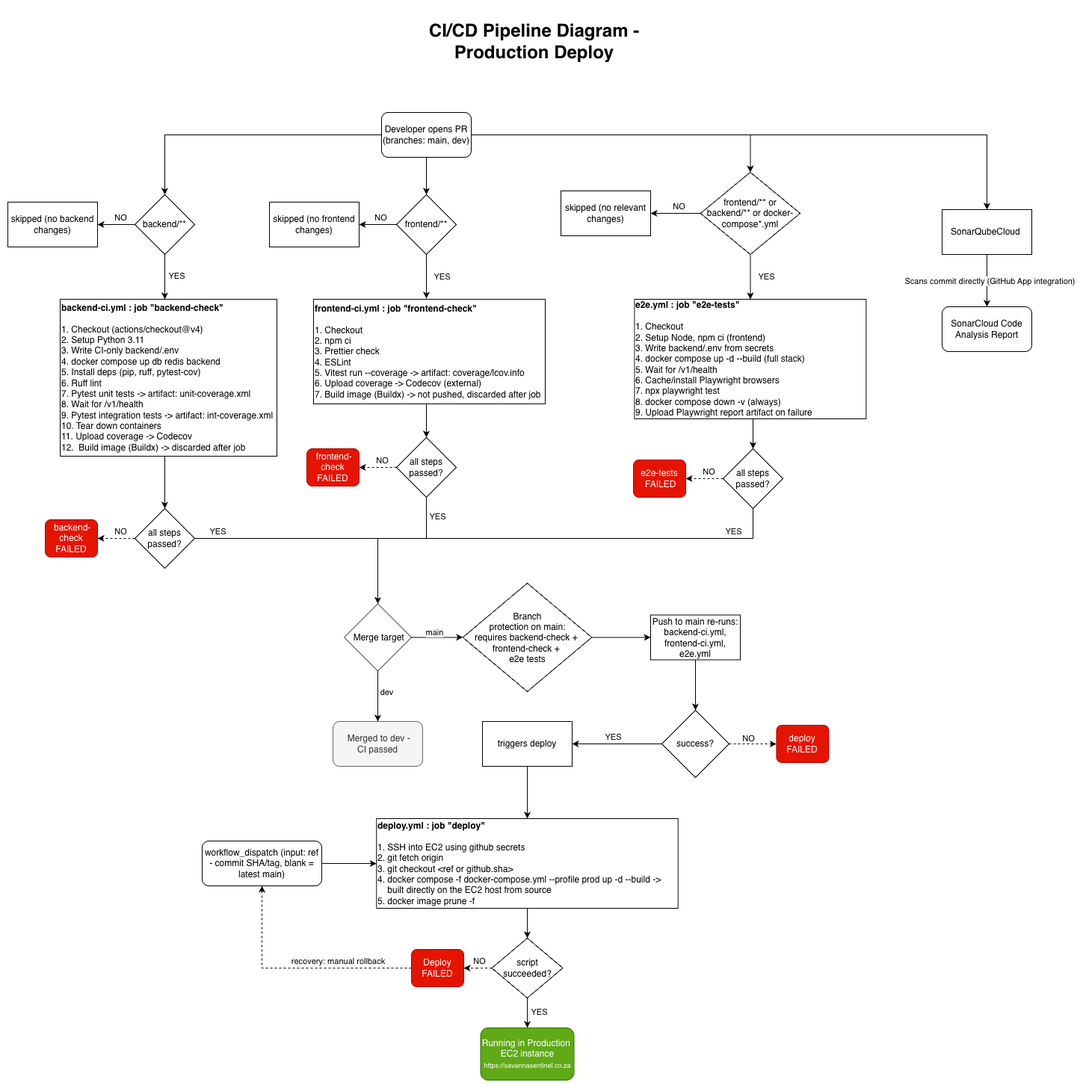
Earlier version of the draw.io export docs/demo2/DevDocs(Not-For-Review)/cicd/CICD Diagram.png (COS301-SE-2026/Savanna-Sentinel). Source tidied: cells renumbered, new cells last; positions are measured from the earlier drawing's top-left corner, leaving out a move shared by most shapes.
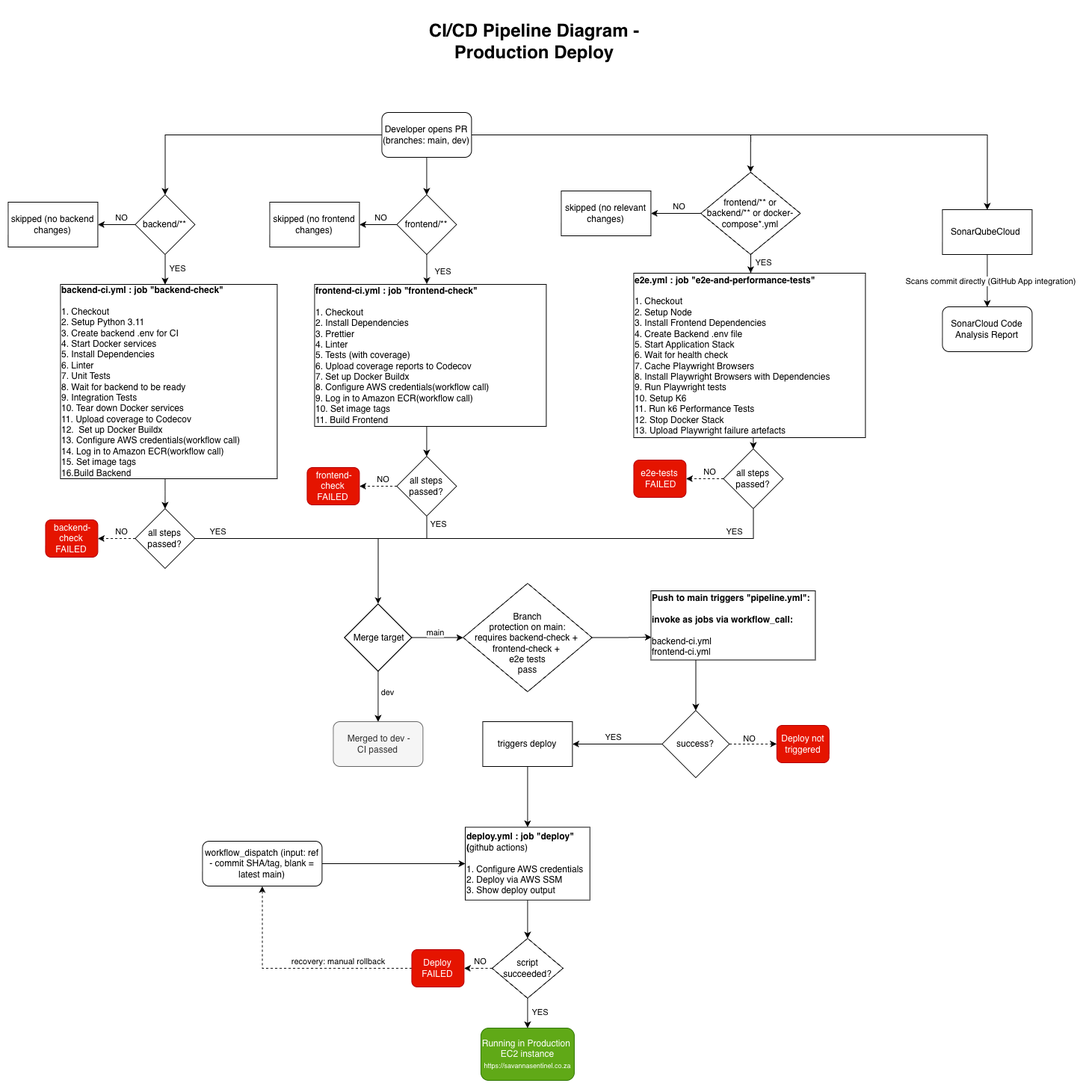
The same file after the commit.

Change to the diagram source:
```diff
@@ -59,12 +59,12 @@
         </Array>
       </mxGeometry>
     </mxCell>
-    <mxCell id="18" value="&lt;b&gt;backend-ci.yml : job &quot;backend-check&quot;&lt;/b&gt;&lt;div&gt;&lt;br&gt;&lt;/div&gt;&lt;div&gt;&lt;div&gt;1. Checkout&amp;nbsp;(actions/checkout@v4)&lt;/div&gt;&lt;div&gt;2. Setup Python 3.11&lt;/div&gt;&lt;div&gt;3. Write CI-only backend/.env&lt;/div&gt;&lt;div&gt;4. docker compose up db redis backend&lt;/div&gt;&lt;div&gt;5. Install deps (pip, ruff, pytest-cov)&lt;/div&gt;&lt;div&gt;6. Ruff lint&lt;/div&gt;&lt;div&gt;7. Pytest unit tests -&amp;gt; artifact: unit-coverage.xml&lt;/div&gt;&lt;div&gt;8. Wait for /v1/health&lt;/div&gt;&lt;div&gt;9. Pytest integration tests -&amp;gt; artifact: int-coverage.xml&lt;/div&gt;&lt;div&gt;10. Tear down containers&lt;/div&gt;&lt;div&gt;11. Upload coverage -&amp;gt; Codecov&lt;/div&gt;&lt;div style=&quot;&quot;&gt;12. &amp;nbsp;Build image (Buildx) -&amp;gt; discarded after job&lt;/div&gt;&lt;/div&gt;" style="rounded=0;whiteSpace=wrap;html=1;align=left;" parent="1" vertex="1">
-      <mxGeometry x="70" y="360" width="290" height="210" as="geometry" />
+    <mxCell id="18" value="&lt;b&gt;backend-ci.yml : job &quot;backend-check&quot;&lt;/b&gt;&lt;div&gt;&lt;br&gt;&lt;/div&gt;&lt;div&gt;&lt;div&gt;1. Checkout&amp;nbsp;&lt;/div&gt;&lt;div&gt;2. Setup Python 3.11&lt;/div&gt;&lt;div&gt;3. Create backend .env for CI&lt;/div&gt;&lt;div&gt;4. Start Docker services&lt;/div&gt;&lt;div&gt;5. Install Dependencies&lt;/div&gt;&lt;div&gt;6. Linter&lt;/div&gt;&lt;div&gt;7. Unit Tests&lt;/div&gt;&lt;div&gt;8. Wait for backend to be ready&lt;/div&gt;&lt;div&gt;9. Integration Tests&lt;/div&gt;&lt;div&gt;10. Tear down Docker services&lt;/div&gt;&lt;div&gt;11. Upload coverage to Codecov&lt;/div&gt;&lt;div style=&quot;&quot;&gt;12. &amp;nbsp;Set up Docker Buildx&lt;/div&gt;&lt;/div&gt;&lt;div style=&quot;&quot;&gt;13.&amp;nbsp;Configure AWS credentials(workflow call)&lt;/div&gt;&lt;div style=&quot;&quot;&gt;14.&amp;nbsp;Log in to Amazon ECR(workflow call)&lt;br&gt;15.&amp;nbsp;Set image tags&lt;br&gt;16.Build Backend&lt;/div&gt;" style="rounded=0;whiteSpace=wrap;html=1;align=left;" parent="1" vertex="1">
+      <mxGeometry x="70" y="340" width="290" height="260" as="geometry" />
     </mxCell>
     <mxCell id="19" style="edgeStyle=orthogonalEdgeStyle;rounded=0;jettySize=auto;html=1;" parent="1" edge="1" source="10">
       <mxGeometry relative="1" as="geometry">
-        <mxPoint x="210" y="360" as="targetPoint" />
+        <mxPoint x="210" y="340" as="targetPoint" />
         <Array as="points">
           <mxPoint x="210" y="330" />
           <mxPoint x="210" y="330" />
@@ -113,16 +113,11 @@
         </Array>
       </mxGeometry>
     </mxCell>
-    <mxCell id="29" value="&lt;b&gt;frontend-ci.yml : job &quot;frontend-check&quot;&lt;/b&gt;&lt;div&gt;&lt;br&gt;&lt;/div&gt;&lt;div&gt;&lt;div style=&quot;&quot;&gt;1. Checkout&lt;/div&gt;&lt;div style=&quot;&quot;&gt;2. npm ci&lt;/div&gt;&lt;div style=&quot;&quot;&gt;3. Prettier check&lt;/div&gt;&lt;div style=&quot;&quot;&gt;4. ESLint&lt;/div&gt;&lt;div style=&quot;&quot;&gt;5. Vitest run --coverage -&amp;gt; artifact: coverage/lcov.info&lt;/div&gt;&lt;div style=&quot;&quot;&gt;6. Upload coverage -&amp;gt; Codecov (external)&lt;/div&gt;&lt;div style=&quot;&quot;&gt;7. Build image (Buildx) -&amp;gt; not pushed, discarded after job&lt;/div&gt;&lt;/div&gt;" style="rounded=0;whiteSpace=wrap;html=1;align=left;" parent="1" vertex="1">
-      <mxGeometry x="409" y="360" width="310" height="140" as="geometry" />
+    <mxCell id="29" value="&lt;b&gt;frontend-ci.yml : job &quot;frontend-check&quot;&lt;/b&gt;&lt;div&gt;&lt;br&gt;&lt;/div&gt;&lt;div&gt;&lt;div style=&quot;&quot;&gt;1. Checkout&lt;/div&gt;&lt;div style=&quot;&quot;&gt;2.&amp;nbsp;&lt;span style=&quot;background-color: transparent;&quot;&gt;Install Dependencies&lt;/span&gt;&lt;/div&gt;&lt;div style=&quot;&quot;&gt;&lt;span style=&quot;background-color: transparent; color: light-dark(rgb(0, 0, 0), rgb(255, 255, 255));&quot;&gt;3. Prettier&lt;/span&gt;&lt;/div&gt;&lt;div style=&quot;&quot;&gt;4. Linter&lt;/div&gt;&lt;div style=&quot;&quot;&gt;5.&amp;nbsp;&lt;span style=&quot;background-color: transparent;&quot;&gt;Tests (with coverage)&lt;/span&gt;&lt;/div&gt;&lt;div style=&quot;&quot;&gt;&lt;span style=&quot;background-color: transparent; color: light-dark(rgb(0, 0, 0), rgb(255, 255, 255));&quot;&gt;6.&amp;nbsp;&lt;/span&gt;&lt;span style=&quot;background-color: transparent;&quot;&gt;Upload coverage reports to Codecov&lt;/span&gt;&lt;/div&gt;&lt;div style=&quot;&quot;&gt;7. Set up Docker Buildx&lt;/div&gt;&lt;/div&gt;&lt;div style=&quot;&quot;&gt;8.&amp;nbsp;Configure AWS credentials(workflow call)&lt;br&gt;9.&amp;nbsp;Log in to Amazon ECR(workflow call)&lt;/div&gt;&lt;div style=&quot;&quot;&gt;10.&amp;nbsp;Set image tags&lt;/div&gt;&lt;div style=&quot;&quot;&gt;11.&amp;nbsp;Build Frontend&lt;/div&gt;" style="rounded=0;whiteSpace=wrap;html=1;align=left;" parent="1" vertex="1">
+      <mxGeometry x="410" y="340" width="310" height="190" as="geometry" />
     </mxCell>
-    <mxCell id="30" style="edgeStyle=orthogonalEdgeStyle;rounded=0;jettySize=auto;html=1;" parent="1" edge="1" source="13">
-      <mxGeometry relative="1" as="geometry">
-        <mxPoint x="560" y="360" as="targetPoint" />
-        <Array as="points">
-          <mxPoint x="560" y="359" />
-        </Array>
-      </mxGeometry>
+    <mxCell id="30" style="edgeStyle=orthogonalEdgeStyle;rounded=0;jettySize=auto;html=1;entryX=0.484;entryY=-0.002;entryDx=0;entryDy=0;entryPerimeter=0;" parent="1" edge="1" source="13" target="29">
+      <mxGeometry relative="1" as="geometry" />
     </mxCell>
     <mxCell id="31" value="YES" style="edgeLabel;html=1;align=center;verticalAlign=middle;" parent="30" vertex="1">
       <mxGeometry x="-0.13" y="-1" relative="1" as="geometry">
@@ -142,14 +137,14 @@
     </mxCell>
     <mxCell id="34" value="YES" style="edgeLabel;html=1;align=center;verticalAlign=middle;" parent="33" vertex="1">
       <mxGeometry y="-2" relative="1" as="geometry">
-        <mxPoint x="64" y="-28" as="offset" />
+        <mxPoint x="77" y="-18" as="offset" />
       </mxGeometry>
     </mxCell>
     <mxCell id="35" value="all steps passed?" style="rhombus;whiteSpace=wrap;html=1;" parent="1" vertex="1">
-      <mxGeometry x="520" y="545" width="80" height="80" as="geometry" />
+      <mxGeometry x="520" y="570" width="80" height="80" as="geometry" />
     </mxCell>
     <mxCell id="36" value="&amp;nbsp;frontend-check FAILED" style="rounded=1;whiteSpace=wrap;html=1;fillColor=#e51400;strokeColor=#B20000;fontColor=#ffffff;" parent="1" vertex="1">
-      <mxGeometry x="400" y="560" width="70" height="50" as="geometry" />
+      <mxGeometry x="400" y="585" width="70" height="50" as="geometry" />
     </mxCell>
     <mxCell id="37" style="edgeStyle=orthogonalEdgeStyle;rounded=0;jettySize=auto;html=1;entryX=1;entryY=0.5;entryDx=0;entryDy=0;dashed=1;" parent="1" edge="1" source="35" target="36">
       <mxGeometry relative="1" as="geometry" />
@@ -162,10 +157,10 @@
     <mxCell id="39" value="SonarCloud Code Analysis Report" style="rounded=1;whiteSpace=wrap;html=1;" parent="1" vertex="1">
       <mxGeometry x="1250" y="370" width="120" height="60" as="geometry" />
     </mxCell>
-    <mxCell id="40" style="edgeStyle=orthogonalEdgeStyle;rounded=0;jettySize=auto;html=1;" parent="1" edge="1" source="41" target="78">
+    <mxCell id="40" style="edgeStyle=orthogonalEdgeStyle;rounded=0;jettySize=auto;html=1;entryX=0.004;entryY=0.67;entryDx=0;entryDy=0;entryPerimeter=0;" parent="1" edge="1" source="41" target="78">
       <mxGeometry relative="1" as="geometry" />
     </mxCell>
-    <mxCell id="41" value="Branch&lt;div&gt;&amp;nbsp;protection on main:&amp;nbsp;&lt;div&gt;requires backend-check&amp;nbsp;&lt;span style=&quot;background-color: transparent; color: light-dark(rgb(0, 0, 0), rgb(255, 255, 255));&quot;&gt;+&amp;nbsp;&lt;/span&gt;&lt;/div&gt;&lt;div&gt;frontend-check +&amp;nbsp;&lt;/div&gt;&lt;div&gt;e2e tests&lt;/div&gt;&lt;/div&gt;" style="rhombus;whiteSpace=wrap;html=1;" parent="1" vertex="1">
+    <mxCell id="41" value="&lt;div&gt;&lt;br&gt;&lt;/div&gt;Branch&lt;div&gt;&amp;nbsp;protection on main:&amp;nbsp;&lt;div&gt;requires backend-check&amp;nbsp;&lt;span style=&quot;background-color: transparent; color: light-dark(rgb(0, 0, 0), rgb(255, 255, 255));&quot;&gt;+&amp;nbsp;&lt;/span&gt;&lt;/div&gt;&lt;div&gt;frontend-check +&amp;nbsp;&lt;/div&gt;&lt;div&gt;e2e tests&lt;/div&gt;&lt;/div&gt;&lt;div&gt;pass&lt;/div&gt;" style="rhombus;whiteSpace=wrap;html=1;" parent="1" vertex="1">
       <mxGeometry x="608.8" y="740" width="172.5" height="145" as="geometry" />
     </mxCell>
     <mxCell id="42" style="edgeStyle=orthogonalEdgeStyle;rounded=0;jettySize=auto;html=1;" parent="1" edge="1" source="43" target="51">
@@ -199,8 +194,8 @@
     <mxCell id="50" style="edgeStyle=orthogonalEdgeStyle;rounded=0;jettySize=auto;html=1;entryX=0.5;entryY=0;entryDx=0;entryDy=0;" parent="1" edge="1" source="51" target="54">
       <mxGeometry relative="1" as="geometry" />
     </mxCell>
-    <mxCell id="51" value="&lt;b&gt;deploy.yml : job &quot;deploy&quot;&lt;/b&gt;&lt;div&gt;&lt;b&gt;&lt;br&gt;&lt;/b&gt;&lt;div&gt;&lt;div&gt;1. SSH into EC2 using github secrets&amp;nbsp;&lt;/div&gt;&lt;div&gt;2. git fetch origin&lt;/div&gt;&lt;div&gt;3. git checkout &amp;lt;ref or github.sha&amp;gt;&lt;/div&gt;&lt;div&gt;4. docker compose -f docker-compose.yml --profile prod up -d --build -&amp;gt;&lt;span style=&quot;background-color: transparent; color: light-dark(rgb(0, 0, 0), rgb(255, 255, 255));&quot;&gt;&amp;nbsp; &amp;nbsp; &amp;nbsp; &amp;nbsp; &amp;nbsp; built directly on the EC2 host from source&lt;/span&gt;&lt;/div&gt;&lt;div&gt;5. docker image prune -f&lt;/div&gt;&lt;/div&gt;&lt;/div&gt;" style="rounded=0;whiteSpace=wrap;html=1;align=left;" parent="1" vertex="1">
-      <mxGeometry x="493.2" y="1055" width="403.5" height="120" as="geometry" />
+    <mxCell id="51" value="&lt;b&gt;deploy.yml : job &quot;deploy&quot;&lt;/b&gt;&lt;div&gt;&lt;b&gt;(&lt;/b&gt;github actions)&lt;br&gt;&lt;div&gt;&lt;b&gt;&lt;br&gt;&lt;/b&gt;&lt;div&gt;&lt;div&gt;1. Configure AWS credentials&lt;/div&gt;&lt;div&gt;2. Deploy via AWS SSM&lt;/div&gt;&lt;div&gt;3. Show deploy output&lt;/div&gt;&lt;/div&gt;&lt;/div&gt;&lt;/div&gt;" style="rounded=0;whiteSpace=wrap;html=1;align=left;" parent="1" vertex="1">
+      <mxGeometry x="611.6" y="1066.2" width="166.8" height="97.5" as="geometry" />
     </mxCell>
     <mxCell id="52" style="edgeStyle=orthogonalEdgeStyle;rounded=0;jettySize=auto;html=1;entryX=0.5;entryY=0;entryDx=0;entryDy=0;" parent="1" edge="1" source="54" target="60">
       <mxGeometry relative="1" as="geometry" />
@@ -260,20 +255,20 @@
         </Array>
       </mxGeometry>
     </mxCell>
-    <mxCell id="67" value="&lt;div&gt;&lt;b&gt;e2e.yml : job &quot;e2e-tests&quot;&lt;/b&gt;&lt;/div&gt;&lt;div&gt;&lt;b&gt;&lt;br&gt;&lt;/b&gt;&lt;/div&gt;&lt;div&gt;&lt;div style=&quot;&quot;&gt;&lt;div&gt;1. Checkout&lt;/div&gt;&lt;div&gt;2. Setup Node, npm ci (frontend)&lt;/div&gt;&lt;div&gt;3. Write backend/.env from secrets&lt;/div&gt;&lt;div&gt;4. docker compose up -d --build (full stack)&lt;/div&gt;&lt;div&gt;5. Wait for /v1/health&lt;/div&gt;&lt;div&gt;6. Cache/install Playwright browsers&lt;/div&gt;&lt;div&gt;7. npx playwright test&lt;/div&gt;&lt;div&gt;8. docker compose down -v (always)&lt;/div&gt;&lt;div&gt;9. Upload Playwright report artifact on failure&lt;/div&gt;&lt;/div&gt;&lt;/div&gt;" style="rounded=0;whiteSpace=wrap;html=1;align=left;" parent="1" vertex="1">
-      <mxGeometry x="838.4" y="360" width="310" height="160" as="geometry" />
+    <mxCell id="67" value="&lt;div&gt;&lt;b&gt;e2e.yml : job &quot;e2e-and-performance-tests&quot;&lt;/b&gt;&lt;/div&gt;&lt;div&gt;&lt;b&gt;&lt;br&gt;&lt;/b&gt;&lt;/div&gt;&lt;div&gt;&lt;div style=&quot;&quot;&gt;&lt;div&gt;1. Checkout&lt;/div&gt;&lt;div&gt;2. Setup Node&lt;br&gt;3. Install Frontend Dependencies&lt;/div&gt;&lt;div&gt;4. Create Backend .env file&lt;/div&gt;&lt;div&gt;5. Start Application Stack&lt;/div&gt;&lt;div&gt;6. Wait for health check&lt;/div&gt;&lt;div&gt;7. Cache Playwright Browsers&lt;br&gt;8.&amp;nbsp;Install Playwright Browsers with Dependencies&lt;/div&gt;&lt;div&gt;9. Run Playwright tests&lt;br&gt;10.&amp;nbsp;Setup K6&lt;br&gt;11.&amp;nbsp;Run k6 Performance Tests&lt;br&gt;12.&amp;nbsp;Stop Docker Stack&lt;br&gt;13.&amp;nbsp;Upload Playwright failure artefacts&lt;/div&gt;&lt;/div&gt;&lt;/div&gt;" style="rounded=0;whiteSpace=wrap;html=1;align=left;" parent="1" vertex="1">
+      <mxGeometry x="837" y="325" width="310" height="220" as="geometry" />
     </mxCell>
-    <mxCell id="68" style="edgeStyle=orthogonalEdgeStyle;rounded=0;jettySize=auto;html=1;entryX=0.5;entryY=0;entryDx=0;entryDy=0;" parent="1" edge="1" source="65" target="67">
+    <mxCell id="68" style="edgeStyle=orthogonalEdgeStyle;rounded=0;jettySize=auto;html=1;entryX=0.505;entryY=-0.001;entryDx=0;entryDy=0;entryPerimeter=0;" parent="1" edge="1" source="65" target="67">
       <mxGeometry relative="1" as="geometry">
         <Array as="points">
-          <mxPoint x="993.4" y="350" />
-          <mxPoint x="993.4" y="350" />
+          <mxPoint x="993.5" y="320" />
+          <mxPoint x="993.5" y="320" />
         </Array>
       </mxGeometry>
     </mxCell>
     <mxCell id="69" value="YES" style="edgeLabel;html=1;align=center;verticalAlign=middle;" parent="68" vertex="1">
       <mxGeometry x="-0.13" y="-1" relative="1" as="geometry">
-        <mxPoint x="21" y="4" as="offset" />
+        <mxPoint x="17" as="offset" />
       </mxGeometry>
     </mxCell>
     <mxCell id="70" value="skipped (no relevant changes)" style="rounded=0;whiteSpace=wrap;html=1;" parent="1" vertex="1">
@@ -307,10 +302,15 @@
       </mxGeometry>
     </mxCell>
     <mxCell id="77" style="edgeStyle=orthogonalEdgeStyle;rounded=0;jettySize=auto;html=1;entryX=0.5;entryY=0;entryDx=0;entryDy=0;" parent="1" edge="1" source="78" target="81">
-      <mxGeometry relative="1" as="geometry" />
+      <mxGeometry relative="1" as="geometry">
+        <Array as="points">
+          <mxPoint x="920" y="860" />
+          <mxPoint x="920" y="860" />
+        </Array>
+      </mxGeometry>
     </mxCell>
-    <mxCell id="78" value="Push to main re-runs: backend-ci.yml, frontend-ci.yml, e2e.yml" style="rounded=0;whiteSpace=wrap;html=1;" parent="1" vertex="1">
-      <mxGeometry x="860" y="782.5" width="120" height="60" as="geometry" />
+    <mxCell id="78" value="&lt;b&gt;Push to main triggers &quot;pipeline.yml&quot;:&lt;/b&gt;&lt;div&gt;&lt;b&gt;&lt;br&gt;&lt;/b&gt;&lt;/div&gt;&lt;div&gt;&lt;b&gt;invoke as jobs via&amp;nbsp;&lt;/b&gt;&lt;span style=&quot;background-color: transparent;&quot;&gt;&lt;b&gt;workflow_call:&lt;/b&gt;&lt;/span&gt;&lt;/div&gt;&lt;div&gt;&lt;span style=&quot;background-color: transparent;&quot;&gt;&lt;b&gt;&lt;br&gt;&lt;/b&gt;&lt;/span&gt;&lt;/div&gt;&lt;div&gt;backend-ci.yml&amp;nbsp;&lt;/div&gt;&lt;div&gt;frontend-ci.yml&lt;/div&gt;" style="rounded=0;whiteSpace=wrap;html=1;align=left;" parent="1" vertex="1">
+      <mxGeometry x="860" y="750" width="220" height="92.5" as="geometry" />
     </mxCell>
     <mxCell id="79" style="edgeStyle=orthogonalEdgeStyle;rounded=0;jettySize=auto;html=1;entryX=1;entryY=0.5;entryDx=0;entryDy=0;" parent="1" edge="1" source="81" target="43">
       <mxGeometry relative="1" as="geometry" />
@@ -323,7 +323,7 @@
     <mxCell id="81" value="success?" style="rhombus;whiteSpace=wrap;html=1;" parent="1" vertex="1">
       <mxGeometry x="875" y="910" width="90" height="90" as="geometry" />
     </mxCell>
-    <mxCell id="82" value="deploy&lt;div&gt;FAILED&lt;/div&gt;" style="rounded=1;whiteSpace=wrap;html=1;fillColor=#e51400;strokeColor=#B20000;fontColor=#ffffff;" parent="1" vertex="1">
+    <mxCell id="82" value="Deploy not triggered" style="rounded=1;whiteSpace=wrap;html=1;fillColor=#e51400;strokeColor=#B20000;fontColor=#ffffff;" parent="1" vertex="1">
       <mxGeometry x="1028.4" y="930" width="70" height="50" as="geometry" />
     </mxCell>
     <mxCell id="83" style="edgeStyle=orthogonalEdgeStyle;rounded=0;jettySize=auto;html=1;entryX=0;entryY=0.5;entryDx=0;entryDy=0;dashed=1;exitX=1;exitY=0.5;exitDx=0;exitDy=0;" parent="1" edge="1" source="81" target="82">
```
